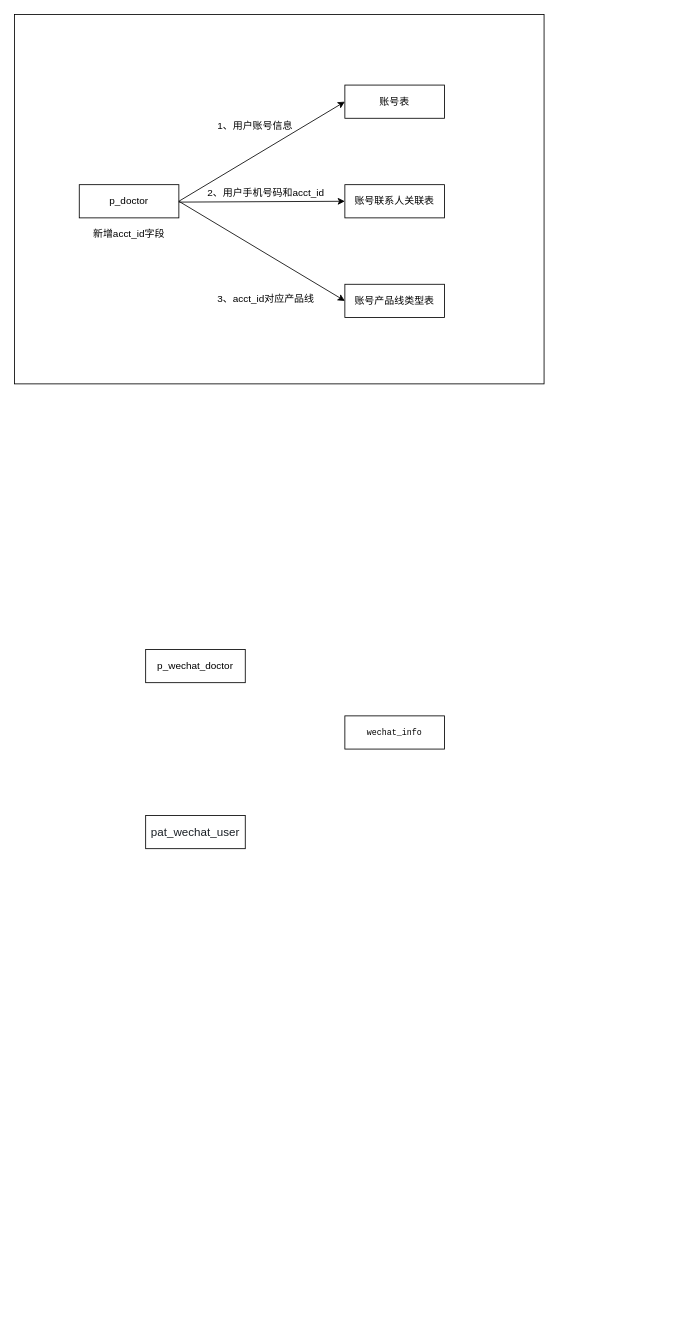
Above: 账号联系人表.drawio in chenrushui/draw (draw.io), before the change. Source tidied: cells renumbered, new cells numbered last; positions are measured from the earlier drawing's top-left corner, leaving out a move shared by most shapes. Both pictures are drawn from the tidied source at 83%, with x=0, y=0 at pixel (14, 14).
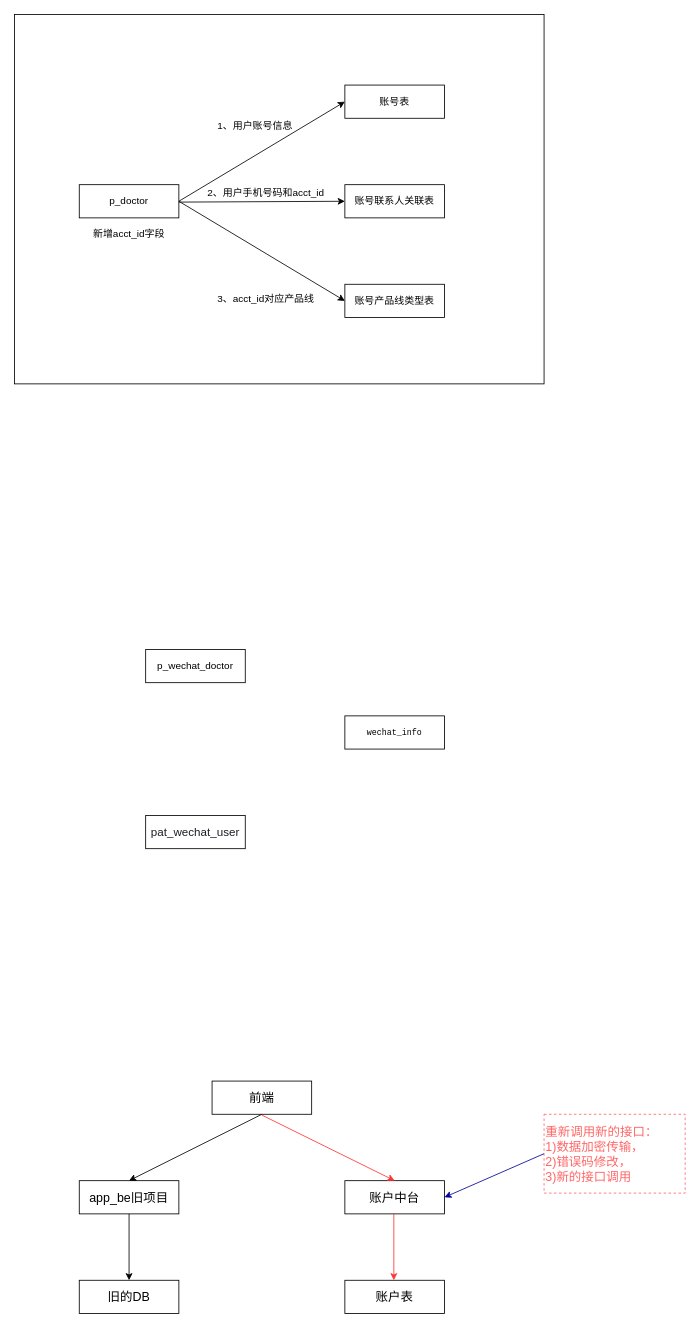
After the change.

Commit message:
更新账号联系人表.drawio

Diff of the diagram source:
```diff
@@
+    <mxCell id="17" value="app_be旧项目" style="rounded=0;whiteSpace=wrap;html=1;fontSize=15;" parent="1" vertex="1">
+      <mxGeometry x="78" y="1405" width="120" height="40" as="geometry" />
+    </mxCell>
+    <mxCell id="18" value="账户中台" style="rounded=0;whiteSpace=wrap;html=1;fontSize=15;" parent="1" vertex="1">
+      <mxGeometry x="398" y="1405" width="120" height="40" as="geometry" />
+    </mxCell>
+    <mxCell id="19" value="前端" style="rounded=0;whiteSpace=wrap;html=1;fontSize=15;" parent="1" vertex="1">
+      <mxGeometry x="238" y="1285" width="120" height="40" as="geometry" />
+    </mxCell>
+    <mxCell id="20" value="旧的DB" style="rounded=0;whiteSpace=wrap;html=1;fontSize=15;" parent="1" vertex="1">
+      <mxGeometry x="78" y="1525" width="120" height="40" as="geometry" />
+    </mxCell>
+    <mxCell id="21" value="账户表" style="rounded=0;whiteSpace=wrap;html=1;fontSize=15;" parent="1" vertex="1">
+      <mxGeometry x="398" y="1525" width="120" height="40" as="geometry" />
+    </mxCell>
+    <mxCell id="22" style="endArrow=classic;html=1;fontSize=15;entryX=0.5;entryY=0;entryDx=0;entryDy=0;exitX=0.5;exitY=1;exitDx=0;exitDy=0;" parent="1" edge="1" source="17" target="20">
+      <mxGeometry relative="1" as="geometry" />
+    </mxCell>
+    <mxCell id="23" style="endArrow=classic;html=1;fontSize=15;entryX=0.5;entryY=0;entryDx=0;entryDy=0;exitX=0.5;exitY=1;exitDx=0;exitDy=0;" parent="1" edge="1" source="19" target="17">
+      <mxGeometry relative="1" as="geometry" />
+    </mxCell>
+    <mxCell id="24" style="endArrow=classic;html=1;fontSize=15;entryX=0.5;entryY=0;entryDx=0;entryDy=0;fontColor=#000000;labelBackgroundColor=#000000;strokeColor=#FF3333;" parent="1" edge="1" target="18">
+      <mxGeometry relative="1" as="geometry">
+        <mxPoint x="298" y="1326" as="sourcePoint" />
+      </mxGeometry>
+    </mxCell>
+    <mxCell id="25" style="endArrow=classic;html=1;fontSize=15;entryX=0.5;entryY=0;entryDx=0;entryDy=0;exitX=0.5;exitY=1;exitDx=0;exitDy=0;strokeColor=#FF3333;" parent="1" edge="1">
+      <mxGeometry relative="1" as="geometry">
+        <mxPoint x="457" y="1445" as="sourcePoint" />
+        <mxPoint x="457" y="1525" as="targetPoint" />
+      </mxGeometry>
+    </mxCell>
+    <mxCell id="26" value="重新调用新的接口：&lt;br style=&quot;font-size: 15px&quot;&gt;1)数据加密传输，&lt;br&gt;2)错误码修改，&lt;br&gt;3)新的接口调用" style="rounded=0;whiteSpace=wrap;html=1;fontSize=15;fontColor=#FF6666;align=left;strokeColor=#FF6666;dashed=1;" parent="1" vertex="1">
+      <mxGeometry x="638" y="1325" width="170" height="95" as="geometry" />
+    </mxCell>
+    <mxCell id="27" style="endArrow=classic;html=1;labelBackgroundColor=#000000;strokeColor=#000099;fontSize=15;fontColor=#FF6666;entryX=1;entryY=0.5;entryDx=0;entryDy=0;exitX=0;exitY=0.5;exitDx=0;exitDy=0;" parent="1" edge="1" source="26" target="18">
+      <mxGeometry relative="1" as="geometry" />
+    </mxCell>
```
